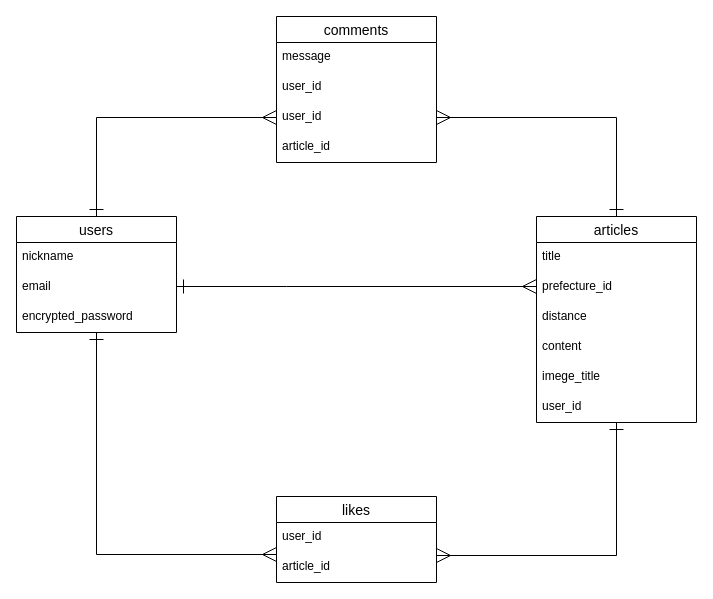
Earlier version of the draw.io diagram ER.dio (kyoyasai/cycle-app). Source tidied: cells renumbered, new cells numbered last; positions are measured from the earlier drawing's top-left corner, leaving out a move shared by most shapes. Both pictures are drawn from the tidied source at 100%, with x=0, y=0 at pixel (16, 16).
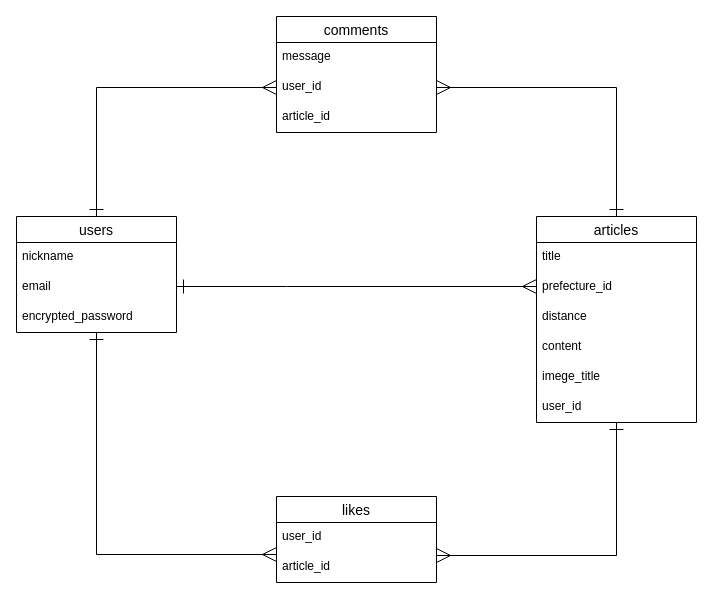
After the change.

The edit, as a diff of the source:
```diff
@@
     <mxCell id="18" value="comments" style="swimlane;fontStyle=0;horizontal=1;startSize=26;align=center;fontSize=14;" parent="1" vertex="1">
-      <mxGeometry x="260" width="160" height="146" as="geometry" />
+      <mxGeometry x="260" width="160" height="116" as="geometry" />
     </mxCell>
@@
-    <mxCell id="20" value="user_id" style="text;strokeColor=none;fillColor=none;spacingLeft=4;spacingRight=4;overflow=hidden;fontSize=12;" parent="18" vertex="1">
-      <mxGeometry y="56" width="160" height="30" as="geometry" />
-    </mxCell>
     <mxCell id="21" value="user_id" style="text;strokeColor=none;fillColor=none;spacingLeft=4;spacingRight=4;overflow=hidden;points=[[0,0.5],[1,0.5]];portConstraint=eastwest;fontSize=12;" parent="18" vertex="1">
-      <mxGeometry y="86" width="160" height="30" as="geometry" />
+      <mxGeometry y="56" width="160" height="30" as="geometry" />
     </mxCell>
     <mxCell id="22" value="article_id" style="text;strokeColor=none;fillColor=none;spacingLeft=4;spacingRight=4;overflow=hidden;fontSize=12;" parent="18" vertex="1">
-      <mxGeometry y="116" width="160" height="30" as="geometry" />
+      <mxGeometry y="86" width="160" height="30" as="geometry" />
     </mxCell>
```
